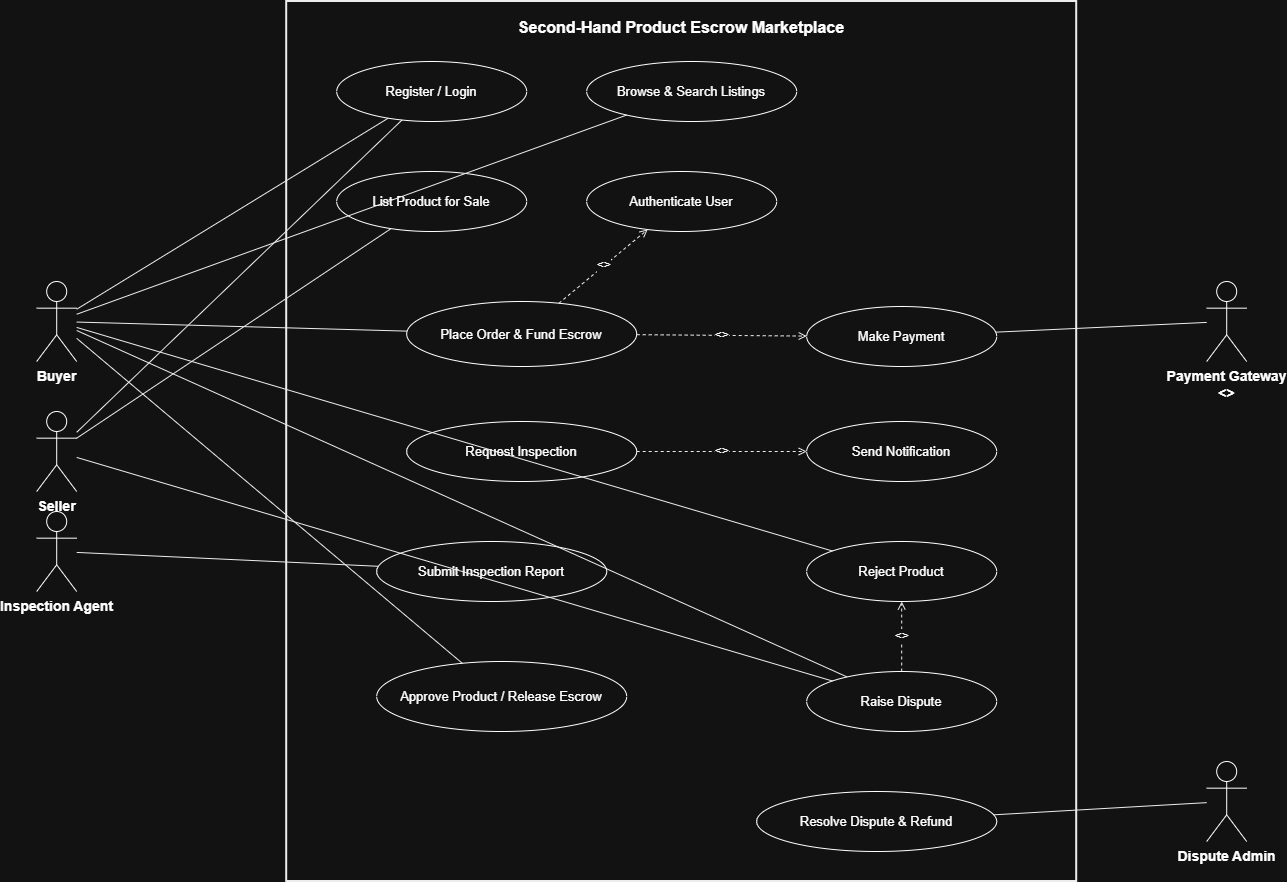
Earlier version of the draw.io export UML_Use_Case_Diagram.png (rohithkarning-debug/PES1UG24AM229_SE_LAB-01). Source tidied: cells renumbered, new cells last; positions are measured from the earlier drawing's top-left corner, leaving out a move shared by most shapes. Source of this version:
```xml
<mxGraphModel>
  <root>
    <mxCell id="0" />
    <mxCell id="1" parent="0" />
    <mxCell id="2" value="Second-Hand Product Escrow Marketplace" style="rounded=0;whiteSpace=wrap;html=1;verticalAlign=top;align=center;fontStyle=1;fontSize=16;fillColor=none;strokeColor=#000000;strokeWidth=2;spacingTop=10;" parent="1" vertex="1">
      <mxGeometry x="250" width="790" height="880" as="geometry" />
    </mxCell>
    <mxCell id="3" value="Buyer" style="shape=umlActor;verticalLabelPosition=bottom;labelBackgroundColor=#ffffff;verticalAlign=top;html=1;outlineConnect=0;fontStyle=1;fontSize=14;" parent="1" vertex="1">
      <mxGeometry y="280" width="40" height="80" as="geometry" />
    </mxCell>
    <mxCell id="4" value="Seller" style="shape=umlActor;verticalLabelPosition=bottom;labelBackgroundColor=#ffffff;verticalAlign=top;html=1;outlineConnect=0;fontStyle=1;fontSize=14;" parent="1" vertex="1">
      <mxGeometry y="410" width="40" height="80" as="geometry" />
    </mxCell>
    <mxCell id="5" value="Inspection Agent" style="shape=umlActor;verticalLabelPosition=bottom;labelBackgroundColor=#ffffff;verticalAlign=top;html=1;outlineConnect=0;fontStyle=1;fontSize=14;" parent="1" vertex="1">
      <mxGeometry y="510" width="40" height="80" as="geometry" />
    </mxCell>
    <mxCell id="6" value="Payment Gateway&#10;&lt;&lt;system&gt;&gt;" style="shape=umlActor;verticalLabelPosition=bottom;labelBackgroundColor=#ffffff;verticalAlign=top;html=1;outlineConnect=0;fontStyle=1;fontSize=14;" parent="1" vertex="1">
      <mxGeometry x="1170" y="280" width="40" height="80" as="geometry" />
    </mxCell>
    <mxCell id="7" value="Dispute Admin" style="shape=umlActor;verticalLabelPosition=bottom;labelBackgroundColor=#ffffff;verticalAlign=top;html=1;outlineConnect=0;fontStyle=1;fontSize=14;" parent="1" vertex="1">
      <mxGeometry x="1170" y="760" width="40" height="80" as="geometry" />
    </mxCell>
    <mxCell id="8" value="Register / Login" style="ellipse;whiteSpace=wrap;html=1;fontSize=13;" parent="1" vertex="1">
      <mxGeometry x="300" y="60" width="190" height="60" as="geometry" />
    </mxCell>
    <mxCell id="9" value="Browse &amp; Search Listings" style="ellipse;whiteSpace=wrap;html=1;fontSize=13;" parent="1" vertex="1">
      <mxGeometry x="550" y="60" width="210" height="60" as="geometry" />
    </mxCell>
    <mxCell id="10" value="List Product for Sale" style="ellipse;whiteSpace=wrap;html=1;fontSize=13;" parent="1" vertex="1">
      <mxGeometry x="300" y="170" width="190" height="60" as="geometry" />
    </mxCell>
    <mxCell id="11" value="Authenticate User" style="ellipse;whiteSpace=wrap;html=1;fontSize=13;" parent="1" vertex="1">
      <mxGeometry x="550" y="170" width="190" height="60" as="geometry" />
    </mxCell>
    <mxCell id="12" value="Place Order &amp; Fund Escrow" style="ellipse;whiteSpace=wrap;html=1;fontSize=13;" parent="1" vertex="1">
      <mxGeometry x="370" y="300" width="230" height="65" as="geometry" />
    </mxCell>
    <mxCell id="13" value="Make Payment" style="ellipse;whiteSpace=wrap;html=1;fontSize=13;" parent="1" vertex="1">
      <mxGeometry x="770" y="305" width="190" height="60" as="geometry" />
    </mxCell>
    <mxCell id="14" value="Request Inspection" style="ellipse;whiteSpace=wrap;html=1;fontSize=13;" parent="1" vertex="1">
      <mxGeometry x="370" y="420" width="230" height="60" as="geometry" />
    </mxCell>
    <mxCell id="15" value="Send Notification" style="ellipse;whiteSpace=wrap;html=1;fontSize=13;" parent="1" vertex="1">
      <mxGeometry x="770" y="420" width="190" height="60" as="geometry" />
    </mxCell>
    <mxCell id="16" value="Submit Inspection Report" style="ellipse;whiteSpace=wrap;html=1;fontSize=13;" parent="1" vertex="1">
      <mxGeometry x="340" y="540" width="230" height="60" as="geometry" />
    </mxCell>
    <mxCell id="17" value="Reject Product" style="ellipse;whiteSpace=wrap;html=1;fontSize=13;" parent="1" vertex="1">
      <mxGeometry x="770" y="540" width="190" height="60" as="geometry" />
    </mxCell>
    <mxCell id="18" value="Approve Product / Release Escrow" style="ellipse;whiteSpace=wrap;html=1;fontSize=13;" parent="1" vertex="1">
      <mxGeometry x="340" y="660" width="250" height="70" as="geometry" />
    </mxCell>
    <mxCell id="19" value="Raise Dispute" style="ellipse;whiteSpace=wrap;html=1;fontSize=13;" parent="1" vertex="1">
      <mxGeometry x="770" y="670" width="190" height="60" as="geometry" />
    </mxCell>
    <mxCell id="20" value="Resolve Dispute &amp; Refund" style="ellipse;whiteSpace=wrap;html=1;fontSize=13;" parent="1" vertex="1">
      <mxGeometry x="720" y="790" width="240" height="60" as="geometry" />
    </mxCell>
    <mxCell id="21" style="edgeStyle=none;html=1;endArrow=none;startArrow=none;rounded=0;strokeColor=#000000;" parent="1" edge="1" source="3" target="8">
      <mxGeometry relative="1" as="geometry" />
    </mxCell>
    <mxCell id="22" style="edgeStyle=none;html=1;endArrow=none;startArrow=none;rounded=0;strokeColor=#000000;" parent="1" edge="1" source="3" target="9">
      <mxGeometry relative="1" as="geometry" />
    </mxCell>
    <mxCell id="23" style="edgeStyle=none;html=1;endArrow=none;startArrow=none;rounded=0;strokeColor=#000000;" parent="1" edge="1" source="3" target="12">
      <mxGeometry relative="1" as="geometry" />
    </mxCell>
    <mxCell id="24" style="edgeStyle=none;html=1;endArrow=none;startArrow=none;rounded=0;strokeColor=#000000;" parent="1" edge="1" source="3" target="18">
      <mxGeometry relative="1" as="geometry" />
    </mxCell>
    <mxCell id="25" style="edgeStyle=none;html=1;endArrow=none;startArrow=none;rounded=0;strokeColor=#000000;" parent="1" edge="1" source="3" target="17">
      <mxGeometry relative="1" as="geometry" />
    </mxCell>
    <mxCell id="26" style="edgeStyle=none;html=1;endArrow=none;startArrow=none;rounded=0;strokeColor=#000000;" parent="1" edge="1" source="3" target="19">
      <mxGeometry relative="1" as="geometry" />
    </mxCell>
    <mxCell id="27" style="edgeStyle=none;html=1;endArrow=none;startArrow=none;rounded=0;strokeColor=#000000;" parent="1" edge="1" source="4" target="8">
      <mxGeometry relative="1" as="geometry" />
    </mxCell>
    <mxCell id="28" style="edgeStyle=none;html=1;endArrow=none;startArrow=none;rounded=0;strokeColor=#000000;" parent="1" edge="1" source="4" target="10">
      <mxGeometry relative="1" as="geometry" />
    </mxCell>
    <mxCell id="29" style="edgeStyle=none;html=1;endArrow=none;startArrow=none;rounded=0;strokeColor=#000000;" parent="1" edge="1" source="4" target="19">
      <mxGeometry relative="1" as="geometry" />
    </mxCell>
    <mxCell id="30" style="edgeStyle=none;html=1;endArrow=none;startArrow=none;rounded=0;strokeColor=#000000;" parent="1" edge="1" source="5" target="16">
      <mxGeometry relative="1" as="geometry" />
    </mxCell>
    <mxCell id="31" style="edgeStyle=none;html=1;endArrow=none;startArrow=none;rounded=0;strokeColor=#000000;" parent="1" edge="1" source="6" target="13">
      <mxGeometry relative="1" as="geometry" />
    </mxCell>
    <mxCell id="32" style="edgeStyle=none;html=1;endArrow=none;startArrow=none;rounded=0;strokeColor=#000000;" parent="1" edge="1" source="7" target="20">
      <mxGeometry relative="1" as="geometry" />
    </mxCell>
    <mxCell id="33" value="&lt;&lt;include&gt;&gt;" style="edgeStyle=none;html=1;endArrow=open;startArrow=none;dashed=1;endFill=0;rounded=0;strokeColor=#000000;fontSize=12;fontStyle=2;" parent="1" edge="1" source="12" target="11">
      <mxGeometry relative="1" as="geometry" />
    </mxCell>
    <mxCell id="34" value="&lt;&lt;include&gt;&gt;" style="edgeStyle=none;html=1;endArrow=open;startArrow=none;dashed=1;endFill=0;rounded=0;strokeColor=#000000;fontSize=12;fontStyle=2;" parent="1" edge="1" source="12" target="13">
      <mxGeometry relative="1" as="geometry" />
    </mxCell>
    <mxCell id="35" value="&lt;&lt;include&gt;&gt;" style="edgeStyle=none;html=1;endArrow=open;startArrow=none;dashed=1;endFill=0;rounded=0;strokeColor=#000000;fontSize=12;fontStyle=2;" parent="1" edge="1" source="14" target="15">
      <mxGeometry relative="1" as="geometry" />
    </mxCell>
    <mxCell id="36" value="&lt;&lt;extend&gt;&gt;" style="edgeStyle=none;html=1;endArrow=open;startArrow=none;dashed=1;endFill=0;rounded=0;strokeColor=#000000;fontSize=12;fontStyle=2;" parent="1" edge="1" source="19" target="17">
      <mxGeometry relative="1" as="geometry" />
    </mxCell>
  </root>
</mxGraphModel>
```
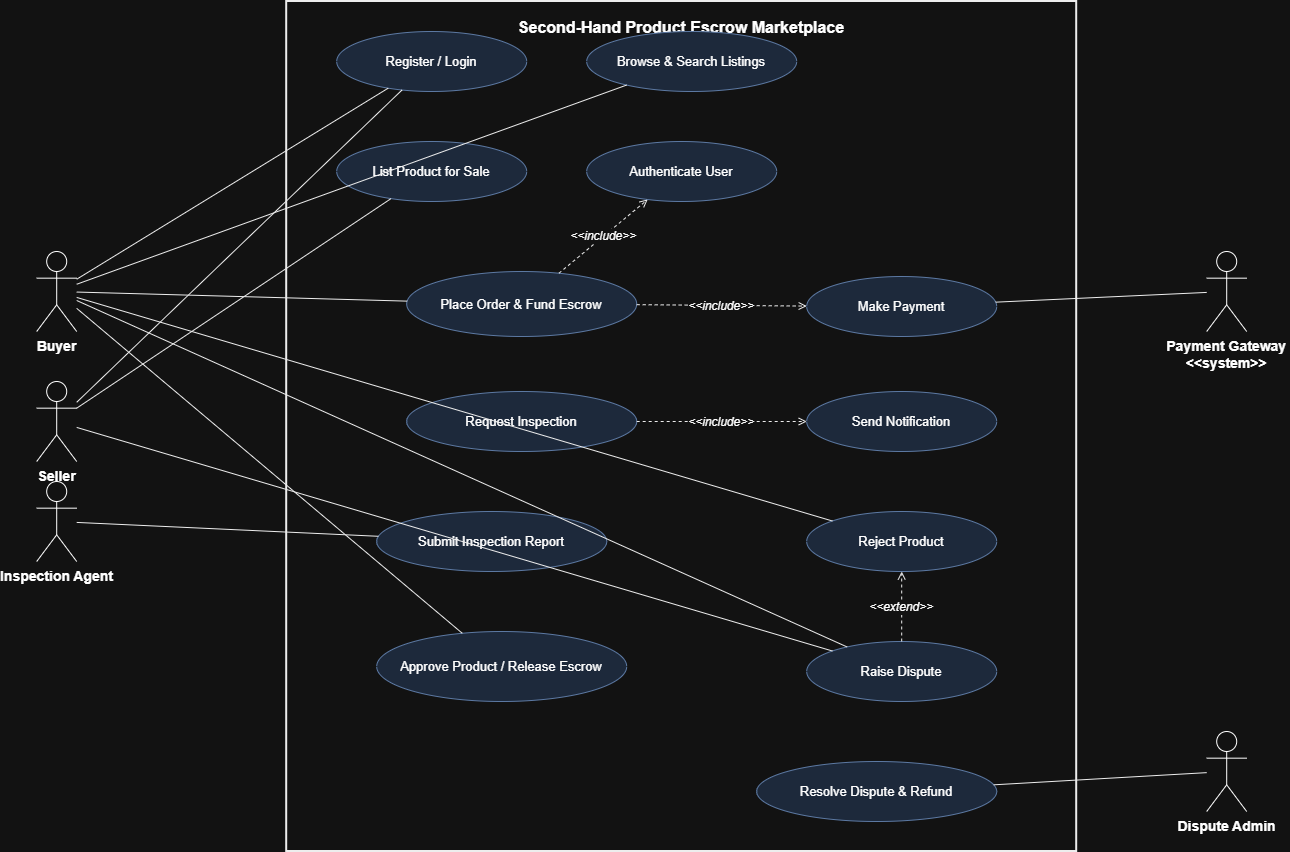
The same file after the commit.

Commit message:
Updated the uml diagram to have include and extend

Change to the diagram source:
```diff
@@ -3,7 +3,7 @@
     <mxCell id="0" />
     <mxCell id="1" parent="0" />
     <mxCell id="2" value="Second-Hand Product Escrow Marketplace" style="rounded=0;whiteSpace=wrap;html=1;verticalAlign=top;align=center;fontStyle=1;fontSize=16;fillColor=none;strokeColor=#000000;strokeWidth=2;spacingTop=10;" parent="1" vertex="1">
-      <mxGeometry x="250" width="790" height="880" as="geometry" />
+      <mxGeometry x="250" y="30" width="790" height="850" as="geometry" />
     </mxCell>
     <mxCell id="3" value="Buyer" style="shape=umlActor;verticalLabelPosition=bottom;labelBackgroundColor=#ffffff;verticalAlign=top;html=1;outlineConnect=0;fontStyle=1;fontSize=14;" parent="1" vertex="1">
       <mxGeometry y="280" width="40" height="80" as="geometry" />
@@ -14,49 +14,49 @@
     <mxCell id="5" value="Inspection Agent" style="shape=umlActor;verticalLabelPosition=bottom;labelBackgroundColor=#ffffff;verticalAlign=top;html=1;outlineConnect=0;fontStyle=1;fontSize=14;" parent="1" vertex="1">
       <mxGeometry y="510" width="40" height="80" as="geometry" />
     </mxCell>
-    <mxCell id="6" value="Payment Gateway&#10;&lt;&lt;system&gt;&gt;" style="shape=umlActor;verticalLabelPosition=bottom;labelBackgroundColor=#ffffff;verticalAlign=top;html=1;outlineConnect=0;fontStyle=1;fontSize=14;" parent="1" vertex="1">
+    <mxCell id="6" value="Payment Gateway&#10;&lt;&lt;system&gt;&gt;" style="shape=umlActor;verticalLabelPosition=bottom;labelBackgroundColor=#ffffff;verticalAlign=top;html=0;outlineConnect=0;fontStyle=1;fontSize=14;" parent="1" vertex="1">
       <mxGeometry x="1170" y="280" width="40" height="80" as="geometry" />
     </mxCell>
     <mxCell id="7" value="Dispute Admin" style="shape=umlActor;verticalLabelPosition=bottom;labelBackgroundColor=#ffffff;verticalAlign=top;html=1;outlineConnect=0;fontStyle=1;fontSize=14;" parent="1" vertex="1">
       <mxGeometry x="1170" y="760" width="40" height="80" as="geometry" />
     </mxCell>
-    <mxCell id="8" value="Register / Login" style="ellipse;whiteSpace=wrap;html=1;fontSize=13;" parent="1" vertex="1">
+    <mxCell id="8" value="Register / Login" style="ellipse;whiteSpace=wrap;html=1;fillColor=#dae8fc;strokeColor=#6c8ebf;fontSize=13;" parent="1" vertex="1">
       <mxGeometry x="300" y="60" width="190" height="60" as="geometry" />
     </mxCell>
-    <mxCell id="9" value="Browse &amp; Search Listings" style="ellipse;whiteSpace=wrap;html=1;fontSize=13;" parent="1" vertex="1">
+    <mxCell id="9" value="Browse &amp; Search Listings" style="ellipse;whiteSpace=wrap;html=1;fillColor=#dae8fc;strokeColor=#6c8ebf;fontSize=13;" parent="1" vertex="1">
       <mxGeometry x="550" y="60" width="210" height="60" as="geometry" />
     </mxCell>
-    <mxCell id="10" value="List Product for Sale" style="ellipse;whiteSpace=wrap;html=1;fontSize=13;" parent="1" vertex="1">
+    <mxCell id="10" value="List Product for Sale" style="ellipse;whiteSpace=wrap;html=1;fillColor=#dae8fc;strokeColor=#6c8ebf;fontSize=13;" parent="1" vertex="1">
       <mxGeometry x="300" y="170" width="190" height="60" as="geometry" />
     </mxCell>
-    <mxCell id="11" value="Authenticate User" style="ellipse;whiteSpace=wrap;html=1;fontSize=13;" parent="1" vertex="1">
+    <mxCell id="11" value="Authenticate User" style="ellipse;whiteSpace=wrap;html=1;fillColor=#dae8fc;strokeColor=#6c8ebf;fontSize=13;" parent="1" vertex="1">
       <mxGeometry x="550" y="170" width="190" height="60" as="geometry" />
     </mxCell>
-    <mxCell id="12" value="Place Order &amp; Fund Escrow" style="ellipse;whiteSpace=wrap;html=1;fontSize=13;" parent="1" vertex="1">
+    <mxCell id="12" value="Place Order &amp; Fund Escrow" style="ellipse;whiteSpace=wrap;html=1;fillColor=#dae8fc;strokeColor=#6c8ebf;fontSize=13;" parent="1" vertex="1">
       <mxGeometry x="370" y="300" width="230" height="65" as="geometry" />
     </mxCell>
-    <mxCell id="13" value="Make Payment" style="ellipse;whiteSpace=wrap;html=1;fontSize=13;" parent="1" vertex="1">
+    <mxCell id="13" value="Make Payment" style="ellipse;whiteSpace=wrap;html=1;fillColor=#dae8fc;strokeColor=#6c8ebf;fontSize=13;" parent="1" vertex="1">
       <mxGeometry x="770" y="305" width="190" height="60" as="geometry" />
     </mxCell>
-    <mxCell id="14" value="Request Inspection" style="ellipse;whiteSpace=wrap;html=1;fontSize=13;" parent="1" vertex="1">
+    <mxCell id="14" value="Request Inspection" style="ellipse;whiteSpace=wrap;html=1;fillColor=#dae8fc;strokeColor=#6c8ebf;fontSize=13;" parent="1" vertex="1">
       <mxGeometry x="370" y="420" width="230" height="60" as="geometry" />
     </mxCell>
-    <mxCell id="15" value="Send Notification" style="ellipse;whiteSpace=wrap;html=1;fontSize=13;" parent="1" vertex="1">
+    <mxCell id="15" value="Send Notification" style="ellipse;whiteSpace=wrap;html=1;fillColor=#dae8fc;strokeColor=#6c8ebf;fontSize=13;" parent="1" vertex="1">
       <mxGeometry x="770" y="420" width="190" height="60" as="geometry" />
     </mxCell>
-    <mxCell id="16" value="Submit Inspection Report" style="ellipse;whiteSpace=wrap;html=1;fontSize=13;" parent="1" vertex="1">
+    <mxCell id="16" value="Submit Inspection Report" style="ellipse;whiteSpace=wrap;html=1;fillColor=#dae8fc;strokeColor=#6c8ebf;fontSize=13;" parent="1" vertex="1">
       <mxGeometry x="340" y="540" width="230" height="60" as="geometry" />
     </mxCell>
-    <mxCell id="17" value="Reject Product" style="ellipse;whiteSpace=wrap;html=1;fontSize=13;" parent="1" vertex="1">
+    <mxCell id="17" value="Reject Product" style="ellipse;whiteSpace=wrap;html=1;fillColor=#dae8fc;strokeColor=#6c8ebf;fontSize=13;" parent="1" vertex="1">
       <mxGeometry x="770" y="540" width="190" height="60" as="geometry" />
     </mxCell>
-    <mxCell id="18" value="Approve Product / Release Escrow" style="ellipse;whiteSpace=wrap;html=1;fontSize=13;" parent="1" vertex="1">
+    <mxCell id="18" value="Approve Product / Release Escrow" style="ellipse;whiteSpace=wrap;html=1;fillColor=#dae8fc;strokeColor=#6c8ebf;fontSize=13;" parent="1" vertex="1">
       <mxGeometry x="340" y="660" width="250" height="70" as="geometry" />
     </mxCell>
-    <mxCell id="19" value="Raise Dispute" style="ellipse;whiteSpace=wrap;html=1;fontSize=13;" parent="1" vertex="1">
+    <mxCell id="19" value="Raise Dispute" style="ellipse;whiteSpace=wrap;html=1;fillColor=#dae8fc;strokeColor=#6c8ebf;fontSize=13;" parent="1" vertex="1">
       <mxGeometry x="770" y="670" width="190" height="60" as="geometry" />
     </mxCell>
-    <mxCell id="20" value="Resolve Dispute &amp; Refund" style="ellipse;whiteSpace=wrap;html=1;fontSize=13;" parent="1" vertex="1">
+    <mxCell id="20" value="Resolve Dispute &amp; Refund" style="ellipse;whiteSpace=wrap;html=1;fillColor=#dae8fc;strokeColor=#6c8ebf;fontSize=13;" parent="1" vertex="1">
       <mxGeometry x="720" y="790" width="240" height="60" as="geometry" />
     </mxCell>
     <mxCell id="21" style="edgeStyle=none;html=1;endArrow=none;startArrow=none;rounded=0;strokeColor=#000000;" parent="1" edge="1" source="3" target="8">
@@ -95,16 +95,16 @@
     <mxCell id="32" style="edgeStyle=none;html=1;endArrow=none;startArrow=none;rounded=0;strokeColor=#000000;" parent="1" edge="1" source="7" target="20">
       <mxGeometry relative="1" as="geometry" />
     </mxCell>
-    <mxCell id="33" value="&lt;&lt;include&gt;&gt;" style="edgeStyle=none;html=1;endArrow=open;startArrow=none;dashed=1;endFill=0;rounded=0;strokeColor=#000000;fontSize=12;fontStyle=2;" parent="1" edge="1" source="12" target="11">
+    <mxCell id="33" value="&lt;&lt;include&gt;&gt;" style="edgeStyle=none;html=0;endArrow=open;startArrow=none;dashed=1;endFill=0;rounded=0;strokeColor=#000000;fontSize=12;fontStyle=2;" parent="1" edge="1" source="12" target="11">
       <mxGeometry relative="1" as="geometry" />
     </mxCell>
-    <mxCell id="34" value="&lt;&lt;include&gt;&gt;" style="edgeStyle=none;html=1;endArrow=open;startArrow=none;dashed=1;endFill=0;rounded=0;strokeColor=#000000;fontSize=12;fontStyle=2;" parent="1" edge="1" source="12" target="13">
+    <mxCell id="34" value="&lt;&lt;include&gt;&gt;" style="edgeStyle=none;html=0;endArrow=open;startArrow=none;dashed=1;endFill=0;rounded=0;strokeColor=#000000;fontSize=12;fontStyle=2;" parent="1" edge="1" source="12" target="13">
       <mxGeometry relative="1" as="geometry" />
     </mxCell>
-    <mxCell id="35" value="&lt;&lt;include&gt;&gt;" style="edgeStyle=none;html=1;endArrow=open;startArrow=none;dashed=1;endFill=0;rounded=0;strokeColor=#000000;fontSize=12;fontStyle=2;" parent="1" edge="1" source="14" target="15">
+    <mxCell id="35" value="&lt;&lt;include&gt;&gt;" style="edgeStyle=none;html=0;endArrow=open;startArrow=none;dashed=1;endFill=0;rounded=0;strokeColor=#000000;fontSize=12;fontStyle=2;" parent="1" edge="1" source="14" target="15">
       <mxGeometry relative="1" as="geometry" />
     </mxCell>
-    <mxCell id="36" value="&lt;&lt;extend&gt;&gt;" style="edgeStyle=none;html=1;endArrow=open;startArrow=none;dashed=1;endFill=0;rounded=0;strokeColor=#000000;fontSize=12;fontStyle=2;" parent="1" edge="1" source="19" target="17">
+    <mxCell id="36" value="&lt;&lt;extend&gt;&gt;" style="edgeStyle=none;html=0;endArrow=open;startArrow=none;dashed=1;endFill=0;rounded=0;strokeColor=#000000;fontSize=12;fontStyle=2;" parent="1" edge="1" source="19" target="17">
       <mxGeometry relative="1" as="geometry" />
     </mxCell>
   </root>
```
